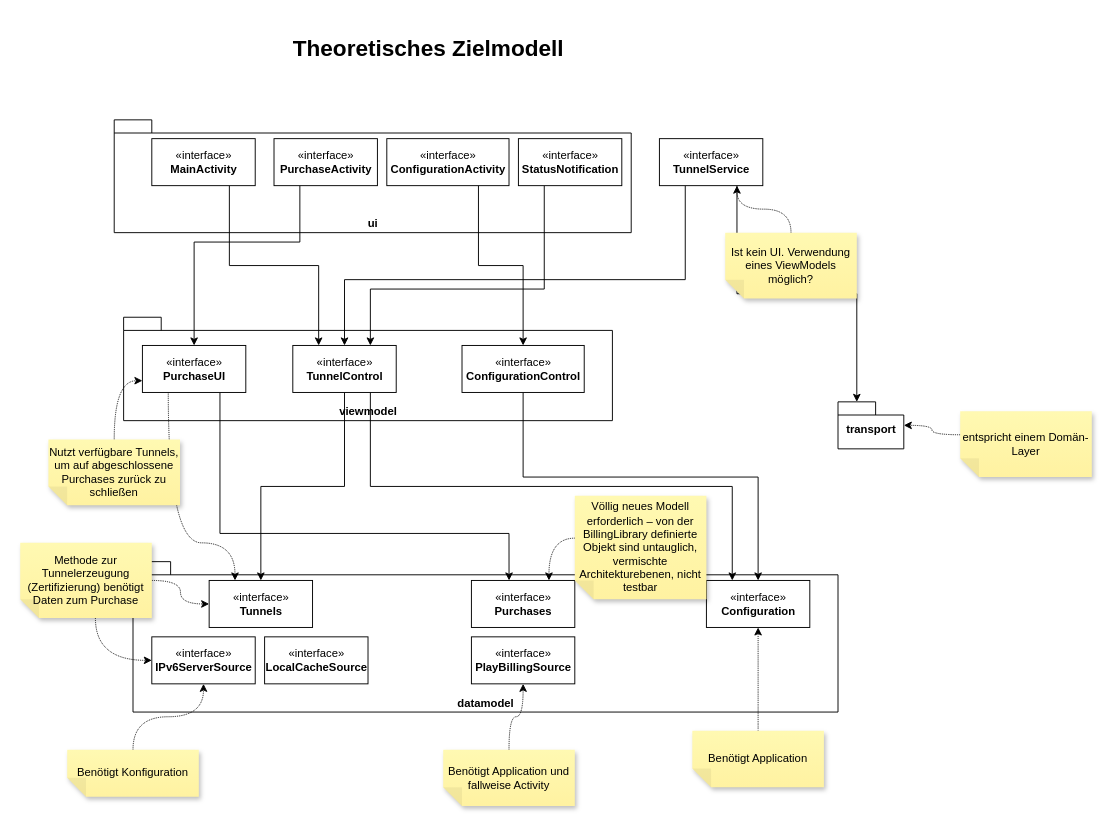
Before: IPv6Droid/Documentation/Unbenanntes Diagramm.drawio in pelzvieh/IPv6Droid, a draw.io diagram. Source tidied: cells renumbered, new cells numbered last; positions are measured from the earlier drawing's top-left corner, leaving out a move shared by most shapes. Both pictures are drawn from the tidied source at 94%, with x=0, y=0 at pixel (20, 16).
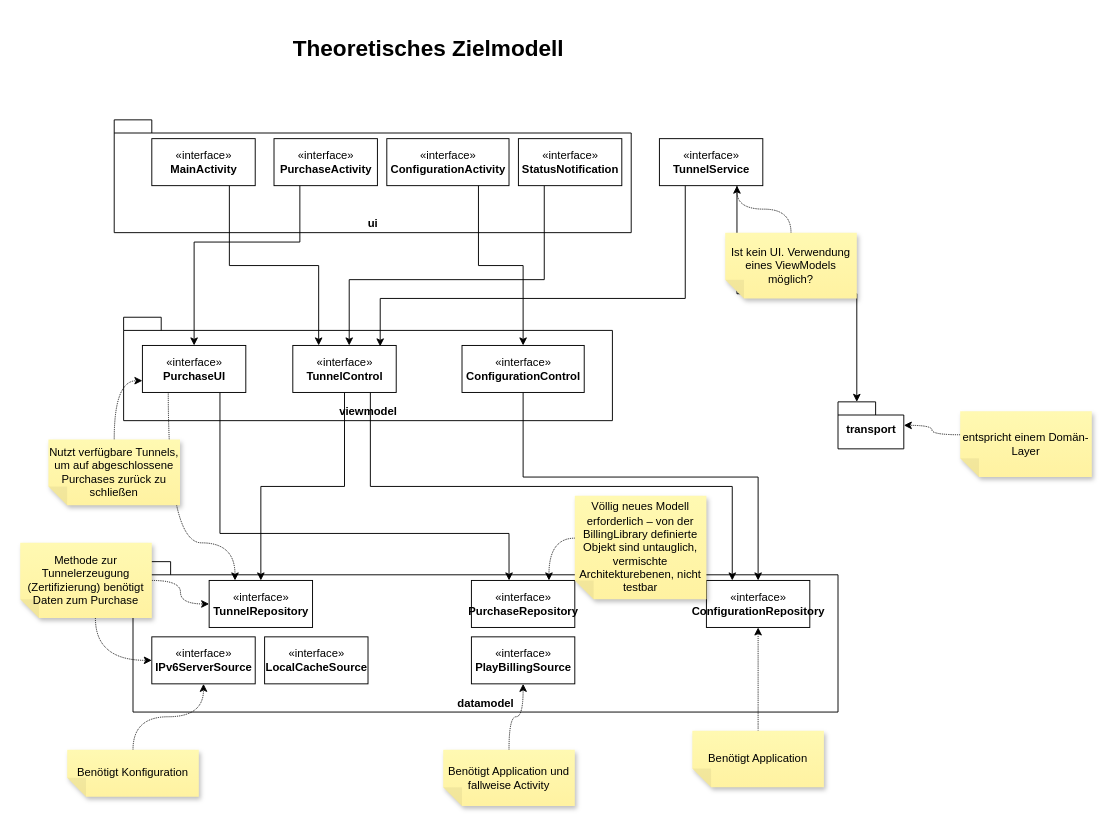
The same page after the edit.

Commit message:
Klassennamen glattgezogen

Unchanged cells that the change refers to:
```xml
<mxCell id="11" value="&lt;div&gt;«interface»&lt;b&gt;&lt;br&gt;&lt;/b&gt;&lt;/div&gt;&lt;div&gt;&lt;b&gt;TunnelControl&lt;/b&gt;&lt;/div&gt;" style="html=1;" parent="1" vertex="1">
  <mxGeometry x="290" y="350" width="110" height="50" as="geometry" />
</mxCell>
<mxCell id="21" value="&lt;div&gt;«interface»&lt;b&gt;&lt;br&gt;&lt;/b&gt;&lt;/div&gt;&lt;div&gt;&lt;b&gt;TunnelService&lt;/b&gt;&lt;/div&gt;" style="html=1;" parent="1" vertex="1">
  <mxGeometry x="680" y="130" width="110" height="50" as="geometry" />
</mxCell>
<mxCell id="23" value="&lt;div&gt;«interface»&lt;b&gt;&lt;br&gt;&lt;/b&gt;&lt;/div&gt;&lt;div&gt;&lt;b&gt;StatusNotification&lt;/b&gt;&lt;/div&gt;" style="html=1;" parent="1" vertex="1">
  <mxGeometry x="530" y="130" width="110" height="50" as="geometry" />
</mxCell>
```

The edit, as a diff of the source:
```diff
@@
-    <mxCell id="3" value="&lt;div&gt;«interface»&lt;b&gt;&lt;br&gt;&lt;/b&gt;&lt;/div&gt;&lt;div&gt;&lt;b&gt;Tunnels&lt;/b&gt;&lt;/div&gt;" style="html=1;" parent="1" vertex="1">
+    <mxCell id="3" value="&lt;div&gt;«interface»&lt;b&gt;&lt;br&gt;&lt;/b&gt;&lt;/div&gt;&lt;div&gt;&lt;b&gt;TunnelRepository&lt;/b&gt;&lt;/div&gt;" style="html=1;" parent="1" vertex="1">
       <mxGeometry x="201" y="600" width="110" height="50" as="geometry" />
     </mxCell>
-    <mxCell id="4" value="&lt;div&gt;«interface»&lt;b&gt;&lt;br&gt;&lt;/b&gt;&lt;/div&gt;&lt;div&gt;&lt;b&gt;Purchases&lt;/b&gt;&lt;/div&gt;" style="html=1;" parent="1" vertex="1">
+    <mxCell id="4" value="&lt;div&gt;«interface»&lt;b&gt;&lt;br&gt;&lt;/b&gt;&lt;/div&gt;&lt;div&gt;&lt;b&gt;PurchaseRepository&lt;/b&gt;&lt;/div&gt;" style="html=1;" parent="1" vertex="1">
       <mxGeometry x="480" y="600" width="110" height="50" as="geometry" />
     </mxCell>
@@
-    <mxCell id="19" style="edgeStyle=orthogonalEdgeStyle;rounded=0;jettySize=auto;html=1;exitX=0.25;exitY=1;exitDx=0;exitDy=0;entryX=0.5;entryY=0;entryDx=0;entryDy=0;" parent="1" edge="1" source="21" target="11">
+    <mxCell id="19" style="edgeStyle=orthogonalEdgeStyle;rounded=0;jettySize=auto;html=1;exitX=0.25;exitY=1;exitDx=0;exitDy=0;entryX=0.845;entryY=0.02;entryDx=0;entryDy=0;entryPerimeter=0;" parent="1" edge="1" source="21" target="11">
       <mxGeometry relative="1" as="geometry">
         <Array as="points">
-          <mxPoint x="708" y="280" />
-          <mxPoint x="345" y="280" />
+          <mxPoint x="708" y="300" />
+          <mxPoint x="383" y="300" />
         </Array>
       </mxGeometry>
     </mxCell>
@@
-    <mxCell id="22" style="edgeStyle=orthogonalEdgeStyle;rounded=0;jettySize=auto;html=1;exitX=0.25;exitY=1;exitDx=0;exitDy=0;entryX=0.75;entryY=0;entryDx=0;entryDy=0;" parent="1" edge="1" source="23" target="11">
+    <mxCell id="22" style="edgeStyle=orthogonalEdgeStyle;rounded=0;jettySize=auto;html=1;exitX=0.25;exitY=1;exitDx=0;exitDy=0;" parent="1" edge="1" source="23">
       <mxGeometry relative="1" as="geometry">
+        <mxPoint x="350" y="350" as="targetPoint" />
         <Array as="points">
-          <mxPoint x="558" y="290" />
-          <mxPoint x="373" y="290" />
+          <mxPoint x="558" y="280" />
+          <mxPoint x="350" y="280" />
+          <mxPoint x="350" y="350" />
         </Array>
       </mxGeometry>
     </mxCell>
@@
-    <mxCell id="26" value="&lt;div&gt;«interface»&lt;/div&gt;&lt;div&gt;&lt;b&gt;Configuration&lt;/b&gt;&lt;/div&gt;" style="html=1;" parent="1" vertex="1">
+    <mxCell id="26" value="&lt;div&gt;«interface»&lt;/div&gt;&lt;div&gt;&lt;b&gt;ConfigurationRepository&lt;/b&gt;&lt;/div&gt;" style="html=1;" parent="1" vertex="1">
       <mxGeometry x="730" y="600" width="110" height="50" as="geometry" />
     </mxCell>
```
